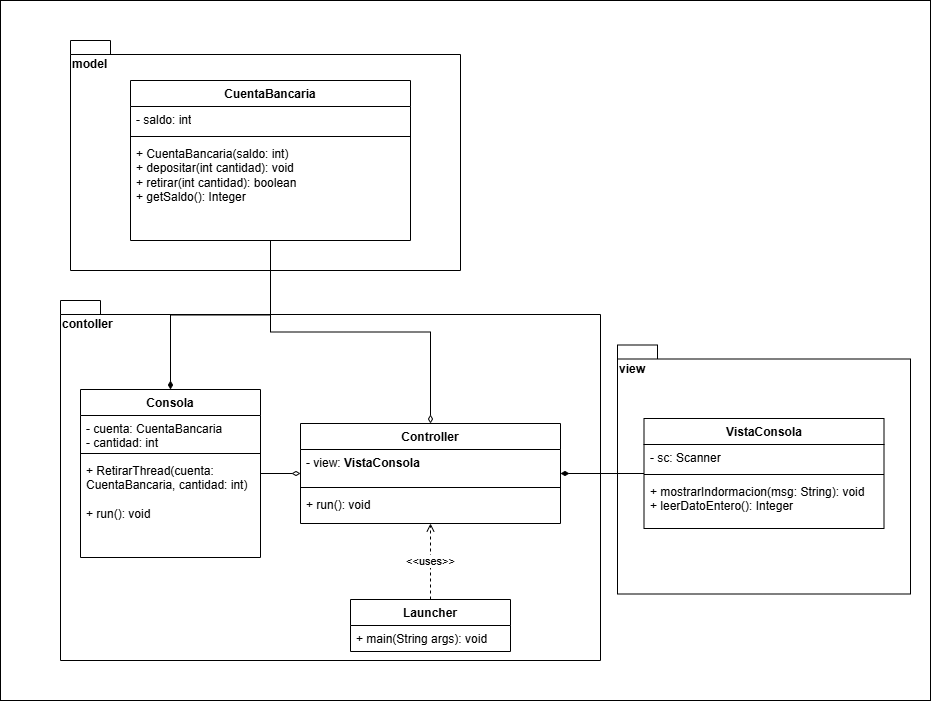
Before: docs/UMLCriticalSection.png, a diagram exported from draw.io (ItzNxhin/CriticalSection). Source tidied: cells renumbered, new cells last; positions are measured from the earlier drawing's top-left corner, leaving out a move shared by most shapes.
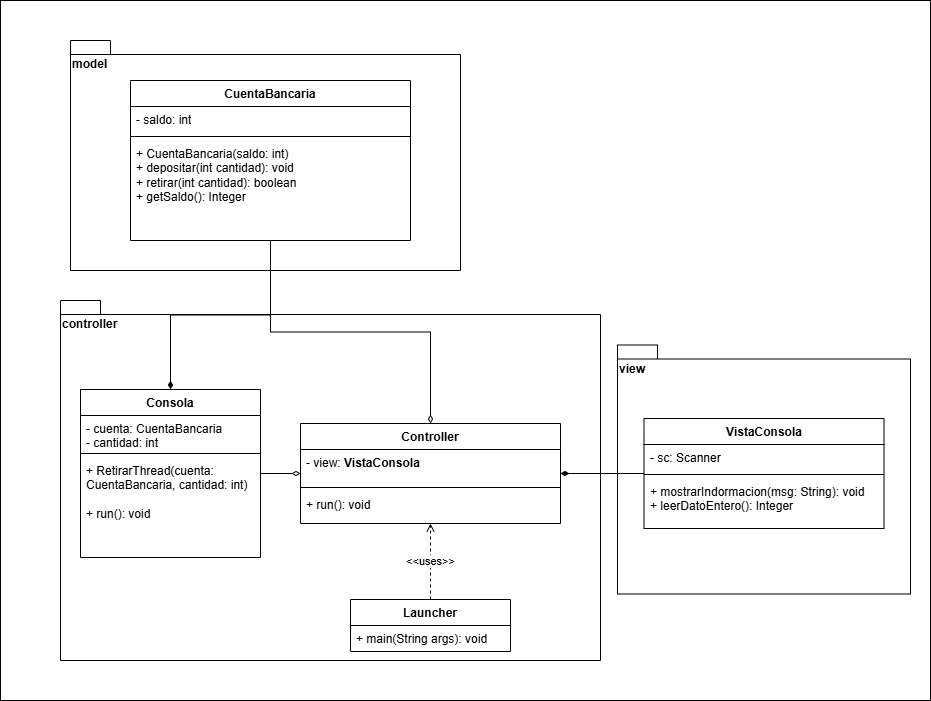
The same file after the commit.

Diff of the diagram source:
```diff
@@ -5,7 +5,7 @@
     <mxCell id="2" style="rounded=0;whiteSpace=wrap;html=1;" parent="1" vertex="1">
       <mxGeometry width="930" height="700" as="geometry" />
     </mxCell>
-    <mxCell id="3" value="contoller" style="shape=folder;fontStyle=1;spacingTop=10;tabWidth=40;tabHeight=14;tabPosition=left;html=1;whiteSpace=wrap;align=left;verticalAlign=top;" parent="1" vertex="1">
+    <mxCell id="3" value="controller" style="shape=folder;fontStyle=1;spacingTop=10;tabWidth=40;tabHeight=14;tabPosition=left;html=1;whiteSpace=wrap;align=left;verticalAlign=top;" parent="1" vertex="1">
       <mxGeometry x="60" y="300" width="540" height="360" as="geometry" />
     </mxCell>
     <mxCell id="4" value="view" style="shape=folder;fontStyle=1;spacingTop=10;tabWidth=40;tabHeight=14;tabPosition=left;html=1;whiteSpace=wrap;align=left;verticalAlign=top;" parent="1" vertex="1">
```
